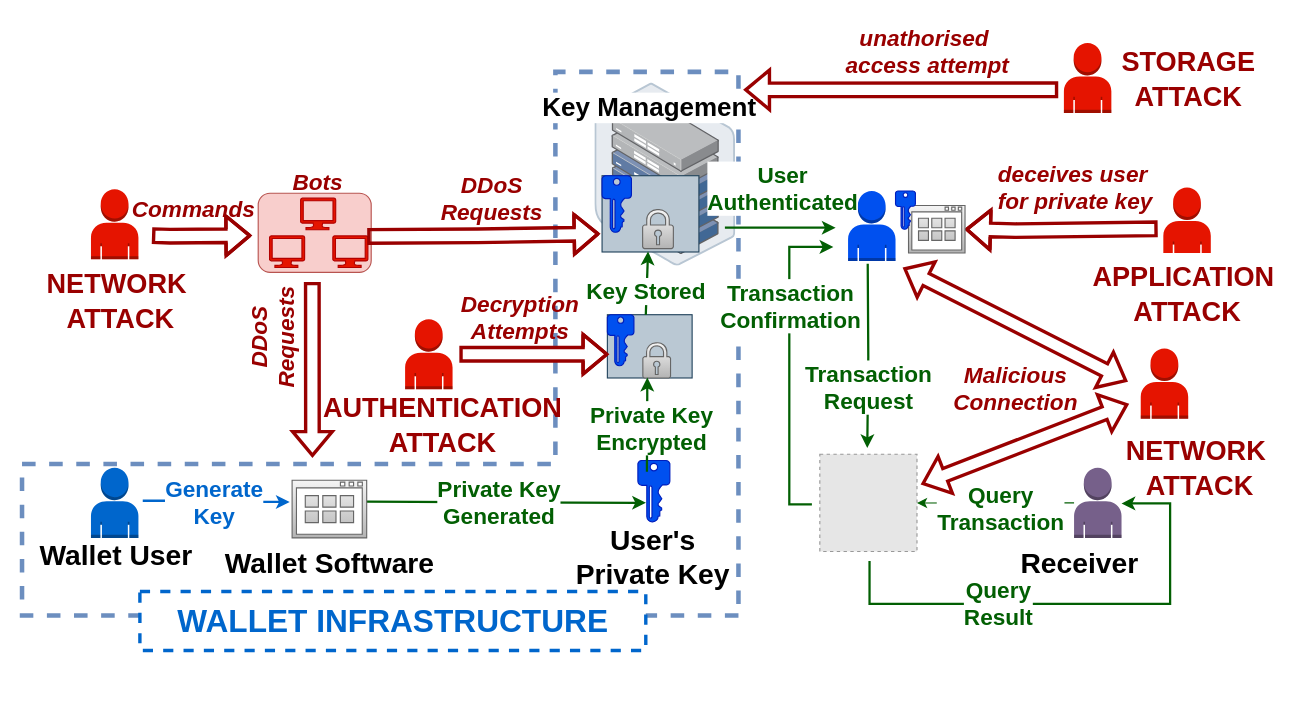
Above: page "attacks" (8 of 18) of assets/crypto-wallets.drawio in xujiahuayz/crypto-wallets (draw.io), before the change. Source tidied: cells renumbered, new cells numbered last; positions are measured from the earlier drawing's top-left corner, leaving out a move shared by most shapes. Both pictures are drawn from the tidied source at 113%, with x=0, y=0 at pixel (21, 37). Pictures stored in the file or linked from it are replaced by grey dashed boxes.
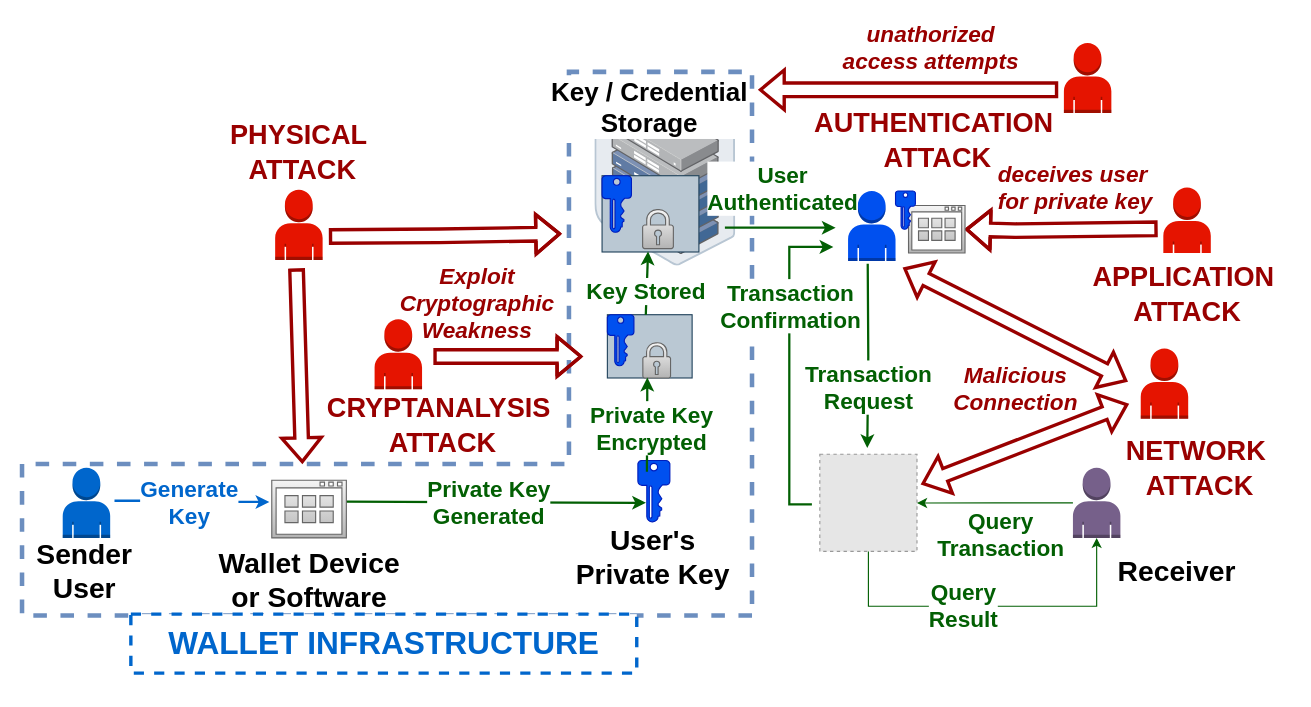
After the change.

Unchanged cells that the change refers to:
```xml
<mxCell id="22" style="sketch=0;shadow=0;dashed=0;html=1;strokeColor=#001DBC;labelPosition=center;verticalLabelPosition=bottom;verticalAlign=top;align=center;fillColor=#0050ef;shape=mxgraph.mscae.enterprise.key_permissions;fontColor=#ffffff;" parent="20" vertex="1">
  <mxGeometry width="26" height="50.1" as="geometry" />
</mxCell>
<mxCell id="40" style="fillColor=#E6E6E6;strokeColor=#999999;dashed=1;verticalLabelPosition=bottom;labelBackgroundColor=default;verticalAlign=top;" parent="1" vertex="1">
  <mxGeometry x="706" y="368.5" width="86" height="86" as="geometry" />
</mxCell>
<mxCell id="49" style="edgeStyle=orthogonalEdgeStyle;rounded=0;jettySize=auto;html=1;fillColor=#ffe6cc;strokeColor=#025f03;fontColor=#025f03;" parent="1" edge="1" source="48">
  <mxGeometry relative="1" as="geometry">
    <mxPoint x="792" y="411.6" as="targetPoint" />
  </mxGeometry>
</mxCell>
```

The edit, as a diff of the source:
```diff
@@
     <mxCell id="2" style="shape=corner;whiteSpace=wrap;html=1;rotation=-180;dx=162;dy=134;fillColor=none;dashed=1;strokeWidth=4;strokeColor=#6c8ebf;" parent="1" vertex="1">
-      <mxGeometry y="30.1" width="634" height="481" as="geometry" />
+      <mxGeometry y="30.1" width="646" height="481" as="geometry" />
     </mxCell>
@@
-    <mxCell id="6" value="&lt;b style=&quot;&quot;&gt;&lt;font style=&quot;font-size: 25px;&quot;&gt;Wallet User&lt;/font&gt;&lt;/b&gt;" style="text;html=1;align=center;verticalAlign=middle;strokeColor=none;fillColor=none;fontSize=14;" parent="1" vertex="1">
-      <mxGeometry x="7" y="436" width="152" height="42" as="geometry" />
+    <mxCell id="6" value="&lt;b style=&quot;&quot;&gt;&lt;font style=&quot;font-size: 25px;&quot;&gt;Sender&lt;br&gt;User&lt;br&gt;&lt;/font&gt;&lt;/b&gt;" style="text;html=1;align=center;verticalAlign=middle;strokeColor=none;fillColor=none;fontSize=14;" parent="1" vertex="1">
+      <mxGeometry x="4" y="435" width="102" height="71" as="geometry" />
     </mxCell>
@@
-    <mxCell id="8" value="&lt;i&gt;&lt;b&gt;&lt;font style=&quot;font-size: 20px;&quot;&gt;Commands&lt;/font&gt;&lt;/b&gt;&lt;/i&gt;" style="text;html=1;strokeColor=none;fillColor=none;align=center;verticalAlign=middle;whiteSpace=wrap;rounded=0;fontColor=#990000;" parent="1" vertex="1">
-      <mxGeometry x="122" y="135.5" width="60" height="30" as="geometry" />
-    </mxCell>
     <mxCell id="9" style="dashed=0;verticalLabelPosition=bottom;verticalAlign=top;align=center;html=1;shape=mxgraph.aws3.user;fillColor=#E51400;strokeColor=#b85450;" parent="1" vertex="1">
-      <mxGeometry x="61" y="134" width="42" height="62" as="geometry" />
+      <mxGeometry x="224" y="134.5" width="42" height="62" as="geometry" />
     </mxCell>
-    <mxCell id="10" style="shape=flexArrow;endArrow=classic;html=1;rounded=0;strokeColor=#990000;strokeWidth=3;" parent="1" edge="1">
-      <mxGeometry relative="1" as="geometry">
-        <mxPoint x="115" y="175" as="sourcePoint" />
-        <mxPoint x="203" y="175" as="targetPoint" />
-        <Array as="points">
-          <mxPoint x="131" y="175.5" />
-        </Array>
-      </mxGeometry>
-    </mxCell>
-    <mxCell id="11" style="rounded=1;whiteSpace=wrap;html=1;fillColor=#f8cecc;strokeColor=#b85450;" parent="1" vertex="1">
-      <mxGeometry x="209" y="137.5" width="100" height="70" as="geometry" />
-    </mxCell>
-    <mxCell id="12" style="sketch=0;shadow=0;dashed=0;html=1;strokeColor=#B20000;labelPosition=center;verticalLabelPosition=bottom;verticalAlign=top;align=center;fillColor=#e51400;shape=mxgraph.azure.computer;fontColor=#ffffff;" parent="1" vertex="1">
-      <mxGeometry x="219" y="175.2" width="31.1" height="28" as="geometry" />
-    </mxCell>
-    <mxCell id="13" style="sketch=0;shadow=0;dashed=0;html=1;strokeColor=#B20000;labelPosition=center;verticalLabelPosition=bottom;verticalAlign=top;align=center;fillColor=#e51400;shape=mxgraph.azure.computer;fontColor=#ffffff;" parent="1" vertex="1">
-      <mxGeometry x="246.5" y="141.8" width="31.1" height="28" as="geometry" />
-    </mxCell>
-    <mxCell id="14" style="sketch=0;shadow=0;dashed=0;html=1;strokeColor=#B20000;labelPosition=center;verticalLabelPosition=bottom;verticalAlign=top;align=center;fillColor=#e51400;shape=mxgraph.azure.computer;fontColor=#ffffff;" parent="1" vertex="1">
-      <mxGeometry x="275" y="175.2" width="31.1" height="28" as="geometry" />
-    </mxCell>
-    <mxCell id="15" value="&lt;i&gt;&lt;b&gt;&lt;font style=&quot;font-size: 20px;&quot;&gt;DDoS&lt;br&gt;Requests&lt;br&gt;&lt;/font&gt;&lt;/b&gt;&lt;/i&gt;" style="text;html=1;strokeColor=none;fillColor=none;align=center;verticalAlign=middle;whiteSpace=wrap;rounded=0;fontColor=#990000;rotation=-90;" parent="1" vertex="1">
-      <mxGeometry x="191" y="250" width="60" height="30" as="geometry" />
-    </mxCell>
-    <mxCell id="16" style="shape=flexArrow;endArrow=classic;html=1;rounded=0;strokeColor=#990000;strokeWidth=3;" parent="1" edge="1">
+    <mxCell id="16" style="shape=flexArrow;endArrow=classic;html=1;rounded=0;strokeColor=#990000;strokeWidth=3;entryX=0.616;entryY=0.28;entryDx=0;entryDy=0;entryPerimeter=0;" parent="1" edge="1" target="2">
       <mxGeometry relative="1" as="geometry">
-        <mxPoint x="256.9" y="216" as="sourcePoint" />
-        <mxPoint x="257" y="371" as="targetPoint" />
+        <mxPoint x="242.9" y="204" as="sourcePoint" />
       </mxGeometry>
     </mxCell>
-    <mxCell id="17" style="shape=flexArrow;endArrow=classic;html=1;rounded=0;strokeColor=#990000;strokeWidth=3;exitX=0.98;exitY=0.02;exitDx=0;exitDy=0;exitPerimeter=0;entryX=-0.082;entryY=1.027;entryDx=0;entryDy=0;entryPerimeter=0;" parent="1" edge="1" source="14" target="22">
+    <mxCell id="17" style="shape=flexArrow;endArrow=classic;html=1;rounded=0;strokeColor=#990000;strokeWidth=3;exitX=0.98;exitY=0.02;exitDx=0;exitDy=0;exitPerimeter=0;entryX=-0.082;entryY=1.027;entryDx=0;entryDy=0;entryPerimeter=0;" parent="1" edge="1">
       <mxGeometry relative="1" as="geometry">
+        <mxPoint x="271.5" y="175.8" as="sourcePoint" />
+        <mxPoint x="477.2" y="173.4" as="targetPoint" />
         <Array as="points">
-          <mxPoint x="403" y="175.2" />
+          <mxPoint x="369" y="175.2" />
         </Array>
       </mxGeometry>
     </mxCell>
-    <mxCell id="18" value="&lt;i&gt;&lt;b&gt;&lt;font style=&quot;font-size: 20px;&quot;&gt;DDoS&lt;br&gt;Requests&lt;br&gt;&lt;/font&gt;&lt;/b&gt;&lt;/i&gt;" style="text;html=1;strokeColor=none;fillColor=none;align=center;verticalAlign=middle;whiteSpace=wrap;rounded=0;fontColor=#990000;rotation=0;" parent="1" vertex="1">
-      <mxGeometry x="386" y="127" width="60" height="30" as="geometry" />
-    </mxCell>
@@
     <mxCell id="26" style="dashed=0;verticalLabelPosition=bottom;verticalAlign=top;align=center;html=1;shape=mxgraph.aws3.user;fillColor=#E51400;strokeColor=#b85450;strokeWidth=1;" parent="1" vertex="1">
-      <mxGeometry x="339" y="249" width="42" height="62" as="geometry" />
+      <mxGeometry x="312" y="249" width="42" height="62" as="geometry" />
     </mxCell>
-    <mxCell id="27" value="&lt;font color=&quot;#990000&quot;&gt;&lt;span style=&quot;caret-color: rgb(153, 0, 0); font-size: 24px;&quot;&gt;&lt;b&gt;AUTHENTICATION &lt;br&gt;ATTACK&lt;br&gt;&lt;/b&gt;&lt;/span&gt;&lt;/font&gt;" style="text;html=1;align=center;verticalAlign=middle;strokeColor=none;fillColor=none;fontSize=25;" parent="1" vertex="1">
-      <mxGeometry x="257" y="306" width="229" height="71" as="geometry" />
+    <mxCell id="27" value="&lt;font color=&quot;#990000&quot;&gt;&lt;span style=&quot;caret-color: rgb(153, 0, 0); font-size: 24px;&quot;&gt;&lt;b&gt;CRYPTANALYSIS&amp;nbsp;&lt;br&gt;ATTACK&lt;br&gt;&lt;/b&gt;&lt;/span&gt;&lt;/font&gt;" style="text;html=1;align=center;verticalAlign=middle;strokeColor=none;fillColor=none;fontSize=25;" parent="1" vertex="1">
+      <mxGeometry x="260" y="306" width="223" height="71" as="geometry" />
     </mxCell>
     <mxCell id="28" style="shape=flexArrow;endArrow=classic;html=1;rounded=0;strokeColor=#990000;strokeWidth=3;" parent="1" edge="1">
       <mxGeometry relative="1" as="geometry">
-        <mxPoint x="387" y="280" as="sourcePoint" />
-        <mxPoint x="519" y="280" as="targetPoint" />
+        <mxPoint x="364" y="282" as="sourcePoint" />
+        <mxPoint x="496" y="282" as="targetPoint" />
         <Array as="points">
-          <mxPoint x="432" y="280" />
+          <mxPoint x="409" y="282" />
         </Array>
       </mxGeometry>
     </mxCell>
-    <mxCell id="29" value="&lt;i&gt;&lt;b&gt;&lt;font style=&quot;font-size: 20px;&quot;&gt;Decryption&lt;br&gt;Attempts&lt;br&gt;&lt;/font&gt;&lt;/b&gt;&lt;/i&gt;" style="text;html=1;strokeColor=none;fillColor=none;align=center;verticalAlign=middle;whiteSpace=wrap;rounded=0;fontColor=#990000;rotation=0;" parent="1" vertex="1">
-      <mxGeometry x="411" y="232" width="60" height="30" as="geometry" />
+    <mxCell id="29" value="&lt;i&gt;&lt;b&gt;&lt;font style=&quot;font-size: 20px;&quot;&gt;Exploit&lt;br&gt;Cryptographic&lt;br&gt;Weakness&lt;br&gt;&lt;/font&gt;&lt;/b&gt;&lt;/i&gt;" style="text;html=1;strokeColor=none;fillColor=none;align=center;verticalAlign=middle;whiteSpace=wrap;rounded=0;fontColor=#990000;rotation=0;" parent="1" vertex="1">
+      <mxGeometry x="373" y="219" width="60" height="30" as="geometry" />
     </mxCell>
-    <mxCell id="30" value="&lt;b style=&quot;border-color: var(--border-color);&quot;&gt;&lt;font style=&quot;border-color: var(--border-color); font-size: 25px;&quot;&gt;Wallet Software&lt;/font&gt;&lt;/b&gt;" style="sketch=0;shadow=0;dashed=0;html=1;strokeColor=#666666;labelPosition=center;verticalLabelPosition=bottom;verticalAlign=top;align=center;fillColor=#f5f5f5;shape=mxgraph.mscae.intune.detected_software;gradientColor=#b3b3b3;fontSize=14;" parent="1" vertex="1">
-      <mxGeometry x="239" y="391.5" width="66" height="51" as="geometry" />
+    <mxCell id="30" value="&lt;b style=&quot;border-color: var(--border-color);&quot;&gt;&lt;font style=&quot;border-color: var(--border-color); font-size: 25px;&quot;&gt;Wallet Device&lt;br&gt;or Software&lt;/font&gt;&lt;/b&gt;" style="sketch=0;shadow=0;dashed=0;html=1;strokeColor=#666666;labelPosition=center;verticalLabelPosition=bottom;verticalAlign=top;align=center;fillColor=#f5f5f5;shape=mxgraph.mscae.intune.detected_software;gradientColor=#b3b3b3;fontSize=14;" parent="1" vertex="1">
+      <mxGeometry x="221" y="391.5" width="66" height="51" as="geometry" />
     </mxCell>
     <mxCell id="31" style="outlineConnect=0;dashed=0;verticalLabelPosition=bottom;verticalAlign=top;align=center;html=1;shape=mxgraph.aws3.user;fillColor=#0066CC;gradientColor=none;" parent="1" vertex="1">
-      <mxGeometry x="61" y="380.5" width="42" height="62" as="geometry" />
+      <mxGeometry x="36" y="380.5" width="42" height="62" as="geometry" />
     </mxCell>
@@
     <mxCell id="48" style="outlineConnect=0;dashed=0;verticalLabelPosition=bottom;verticalAlign=top;align=center;html=1;shape=mxgraph.aws3.user;fillColor=#76608a;fontColor=#ffffff;strokeColor=#432D57;" parent="1" vertex="1">
-      <mxGeometry x="931" y="380.5" width="42" height="62" as="geometry" />
+      <mxGeometry x="930" y="380.5" width="42" height="62" as="geometry" />
     </mxCell>
@@
-    <mxCell id="50" value="&lt;font style=&quot;font-size: 20px;&quot;&gt;Query &lt;br&gt;Transaction&lt;/font&gt;" style="edgeLabel;html=1;align=center;verticalAlign=middle;fontSize=12;fontStyle=1;fontColor=#025f03;" parent="49" vertex="1">
+    <mxCell id="50" value="&lt;font style=&quot;font-size: 20px;&quot;&gt;Query &lt;br&gt;Transaction&lt;/font&gt;" style="edgeLabel;html=1;align=center;verticalAlign=middle;fontSize=12;fontStyle=1;fontColor=#025F03;" parent="49" vertex="1">
       <mxGeometry x="-0.12" y="3" relative="1" as="geometry">
-        <mxPoint x="-5" y="1" as="offset" />
+        <mxPoint x="-4" y="24" as="offset" />
       </mxGeometry>
     </mxCell>
-    <mxCell id="51" style="edgeStyle=orthogonalEdgeStyle;rounded=0;jettySize=auto;html=1;fillColor=#ffe6cc;strokeColor=#025f03;fontColor=#025f03;strokeWidth=2;" parent="1" edge="1" target="48">
-      <mxGeometry relative="1" as="geometry">
-        <mxPoint x="750" y="463" as="sourcePoint" />
-        <Array as="points">
-          <mxPoint x="750" y="501" />
-          <mxPoint x="1016" y="501" />
-          <mxPoint x="1016" y="412" />
-        </Array>
-      </mxGeometry>
-    </mxCell>
-    <mxCell id="52" value="&lt;font style=&quot;font-size: 20px;&quot;&gt;Query &lt;br&gt;Result&lt;/font&gt;" style="edgeLabel;html=1;align=center;verticalAlign=middle;fontSize=12;fontStyle=1;fontColor=#025f03;" parent="51" vertex="1">
-      <mxGeometry x="0.02" y="3" relative="1" as="geometry">
-        <mxPoint x="-71" y="1" as="offset" />
-      </mxGeometry>
-    </mxCell>
@@
     <mxCell id="60" style="group;" parent="1" vertex="1">
-      <mxGeometry x="91" y="490" width="591" height="65.2" as="geometry" />
+      <mxGeometry x="83" y="510" width="591" height="65.2" as="geometry" />
     </mxCell>
@@
-    <mxCell id="63" value="&lt;b style=&quot;font-size: 23px;&quot;&gt;Key Management&lt;br&gt;&lt;/b&gt;" style="text;html=1;align=center;verticalAlign=middle;points=[];strokeColor=none;fillColor=none;labelBackgroundColor=default;" parent="1" vertex="1">
-      <mxGeometry x="450" y="42" width="209" height="39" as="geometry" />
+    <mxCell id="63" value="&lt;b style=&quot;font-size: 23px;&quot;&gt;Key / Credential&lt;br&gt;Storage&lt;br&gt;&lt;/b&gt;" style="text;html=1;align=center;verticalAlign=middle;points=[];strokeColor=none;fillColor=none;labelBackgroundColor=default;" parent="1" vertex="1">
+      <mxGeometry x="458" y="29" width="193" height="66" as="geometry" />
     </mxCell>
     <mxCell id="64" value="&lt;b style=&quot;border-color: var(--border-color); font-size: 14px; text-align: center;&quot;&gt;&lt;font style=&quot;border-color: var(--border-color); font-size: 25px;&quot;&gt;Receiver&lt;br&gt;&lt;/font&gt;&lt;/b&gt;" style="text;html=1;align=left;verticalAlign=middle;strokeColor=none;fillColor=none;fontSize=15;" parent="1" vertex="1">
-      <mxGeometry x="882" y="442.5" width="121" height="42" as="geometry" />
+      <mxGeometry x="968" y="449.5" width="121" height="42" as="geometry" />
     </mxCell>
@@
-    <mxCell id="67" value="&lt;font color=&quot;#990000&quot;&gt;&lt;span style=&quot;caret-color: rgb(153, 0, 0); font-size: 24px;&quot;&gt;&lt;b&gt;NETWORK&amp;nbsp;&lt;br&gt;ATTACK&lt;/b&gt;&lt;/span&gt;&lt;/font&gt;" style="text;html=1;align=center;verticalAlign=middle;strokeColor=none;fillColor=none;fontSize=25;" parent="1" vertex="1">
-      <mxGeometry x="13" y="196" width="148" height="71" as="geometry" />
+    <mxCell id="67" value="&lt;font color=&quot;#990000&quot;&gt;&lt;span style=&quot;caret-color: rgb(153, 0, 0); font-size: 24px;&quot;&gt;&lt;b&gt;PHYSICAL&amp;nbsp;&lt;br&gt;ATTACK&lt;/b&gt;&lt;/span&gt;&lt;/font&gt;" style="text;html=1;align=center;verticalAlign=middle;strokeColor=none;fillColor=none;fontSize=25;" parent="1" vertex="1">
+      <mxGeometry x="175" y="64.5" width="146" height="71" as="geometry" />
     </mxCell>
-    <mxCell id="68" value="&lt;i&gt;&lt;b&gt;&lt;font style=&quot;font-size: 20px;&quot;&gt;Bots&lt;/font&gt;&lt;/b&gt;&lt;/i&gt;" style="text;html=1;strokeColor=none;fillColor=none;align=center;verticalAlign=middle;whiteSpace=wrap;rounded=0;fontColor=#990000;" parent="1" vertex="1">
-      <mxGeometry x="232" y="111.8" width="60" height="30" as="geometry" />
-    </mxCell>
-    <mxCell id="69" style="shape=flexArrow;endArrow=classic;html=1;rounded=0;strokeWidth=3;strokeColor=#990000;entryX=0.904;entryY=0.103;entryDx=0;entryDy=0;entryPerimeter=0;" parent="1" edge="1" target="63">
+    <mxCell id="69" style="shape=flexArrow;endArrow=classic;html=1;rounded=0;strokeWidth=3;strokeColor=#990000;" parent="1" edge="1">
       <mxGeometry relative="1" as="geometry">
         <mxPoint x="917" y="46" as="sourcePoint" />
+        <mxPoint x="652" y="46" as="targetPoint" />
       </mxGeometry>
     </mxCell>
-    <mxCell id="70" value="&lt;i style=&quot;border-color: var(--border-color); font-weight: 700; text-align: left; font-size: 20px;&quot;&gt;&lt;font style=&quot;border-color: var(--border-color);&quot; color=&quot;#990000&quot;&gt;unathorised&amp;nbsp;&lt;br&gt;access attempt&lt;/font&gt;&lt;/i&gt;" style="edgeLabel;html=1;align=center;verticalAlign=middle;" parent="69" vertex="1">
-      <mxGeometry x="-0.43" y="1" relative="1" as="geometry">
-        <mxPoint x="-38" y="-36" as="offset" />
-      </mxGeometry>
-    </mxCell>
@@
-    <mxCell id="73" value="&lt;font color=&quot;#990000&quot;&gt;&lt;span style=&quot;caret-color: rgb(153, 0, 0); font-size: 24px;&quot;&gt;&lt;b&gt;STORAGE&lt;br&gt;ATTACK&lt;/b&gt;&lt;/span&gt;&lt;/font&gt;" style="text;html=1;align=center;verticalAlign=middle;strokeColor=none;fillColor=none;fontSize=25;" parent="1" vertex="1">
-      <mxGeometry x="964" width="136" height="71" as="geometry" />
+    <mxCell id="73" value="&lt;b style=&quot;border-color: var(--border-color); caret-color: rgb(153, 0, 0); color: rgb(153, 0, 0); font-size: 24px;&quot;&gt;AUTHENTICATION&amp;nbsp;&lt;br style=&quot;border-color: var(--border-color);&quot;&gt;ATTACK&lt;/b&gt;" style="text;html=1;align=center;verticalAlign=middle;strokeColor=none;fillColor=none;fontSize=25;" parent="1" vertex="1">
+      <mxGeometry x="691.5" y="54" width="236" height="71" as="geometry" />
     </mxCell>
+    <mxCell id="74" value="&lt;span style=&quot;font-size: 12px;&quot;&gt;&lt;i style=&quot;font-size: 20px;&quot;&gt;&lt;font style=&quot;font-size: 20px;&quot; color=&quot;#990000&quot;&gt;unathorized&lt;br&gt;access attempts&lt;/font&gt;&lt;/i&gt;&lt;/span&gt;" style="edgeLabel;html=1;align=center;verticalAlign=middle;fontSize=12;fontStyle=1;" parent="1" vertex="1">
+      <mxGeometry x="806" y="30.1" as="geometry">
+        <mxPoint x="-3" y="-23" as="offset" />
+      </mxGeometry>
+    </mxCell>
+    <mxCell id="75" style="edgeStyle=orthogonalEdgeStyle;rounded=0;jettySize=auto;html=1;exitX=0.5;exitY=1;exitDx=0;exitDy=0;entryX=0.5;entryY=1;entryDx=0;entryDy=0;entryPerimeter=0;strokeColor=#025F03;" parent="1" edge="1" source="40" target="48">
+      <mxGeometry relative="1" as="geometry">
+        <Array as="points">
+          <mxPoint x="749" y="503" />
+          <mxPoint x="951" y="503" />
+        </Array>
+      </mxGeometry>
+    </mxCell>
+    <mxCell id="52" value="&lt;span style=&quot;caret-color: rgb(2, 95, 3); color: rgb(2, 95, 3); font-size: 20px; font-weight: 700;&quot;&gt;Query&lt;br&gt;Result&lt;br&gt;&lt;/span&gt;" style="edgeLabel;html=1;align=center;verticalAlign=middle;" parent="75" vertex="1">
+      <mxGeometry x="-0.16" y="2" relative="1" as="geometry">
+        <mxPoint x="1" as="offset" />
+      </mxGeometry>
+    </mxCell>
```
